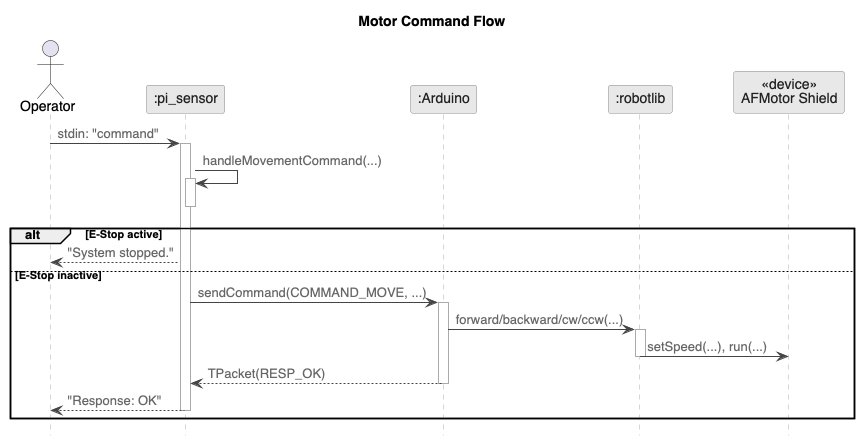
Before: code1/diagrams/Motor_Command_Flow.png, a diagram exported from PlantUML (vanillashake17/epp2-updated). The source it was exported from:
```plantuml
@startuml seq_motor
skinparam backgroundColor white
skinparam defaultFontName "Helvetica"
skinparam sequenceArrowColor #444444
skinparam sequenceArrowFontColor #666666
skinparam sequenceLifeLineBorderColor #aaaaaa
skinparam sequenceLifeLineBackgroundColor white
skinparam participantBackgroundColor #e8e8e8
skinparam participantBorderColor #888888
skinparam participantFontColor #222222
skinparam activationBarBackgroundColor #d0d0d0
skinparam activationBarBorderColor #888888
skinparam noteBackgroundColor #f0f0f0
skinparam noteBorderColor #aaaaaa
skinparam noteFontColor #333333
hide footbox

title Motor Command Flow

actor "Operator" as op
participant ":pi_sensor" as pi
participant ":Arduino" as ard
participant ":robotlib" as rl
participant "<<device>>\nAFMotor Shield" as motors

op -> pi : stdin: "command"
activate pi

pi -> pi : handleMovementCommand(...)
activate pi
deactivate pi

alt E-Stop active
  pi --> op : "System stopped."
else E-Stop inactive
  pi -> ard : sendCommand(COMMAND_MOVE, ...)
  activate ard

  ard -> rl : forward/backward/cw/ccw(...)
  activate rl
  rl -> motors : setSpeed(...), run(...)
  deactivate rl

  ard --> pi : TPacket(RESP_OK)
  deactivate ard

  pi --> op : "Response: OK"
  deactivate pi
end

@enduml
```
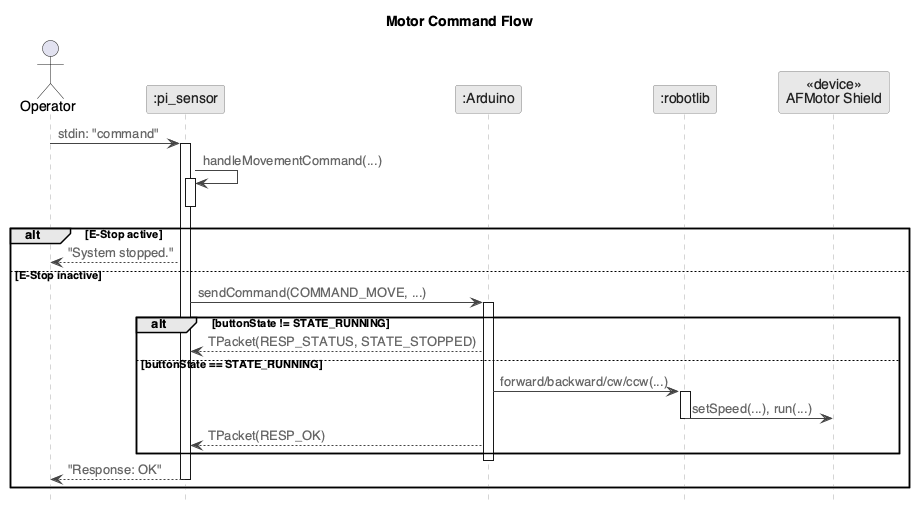
After the change.

Commit message:
fix(diagrams): add Arduino-side E-Stop gate to motor flow

What changed in the source:
```diff
@@ -36,12 +36,16 @@
   pi -> ard : sendCommand(COMMAND_MOVE, ...)
   activate ard
 
-  ard -> rl : forward/backward/cw/ccw(...)
-  activate rl
-  rl -> motors : setSpeed(...), run(...)
-  deactivate rl
+  alt buttonState != STATE_RUNNING
+    ard --> pi : TPacket(RESP_STATUS, STATE_STOPPED)
+  else buttonState == STATE_RUNNING
+    ard -> rl : forward/backward/cw/ccw(...)
+    activate rl
+    rl -> motors : setSpeed(...), run(...)
+    deactivate rl
 
-  ard --> pi : TPacket(RESP_OK)
+    ard --> pi : TPacket(RESP_OK)
+  end
   deactivate ard
 
   pi --> op : "Response: OK"
```
